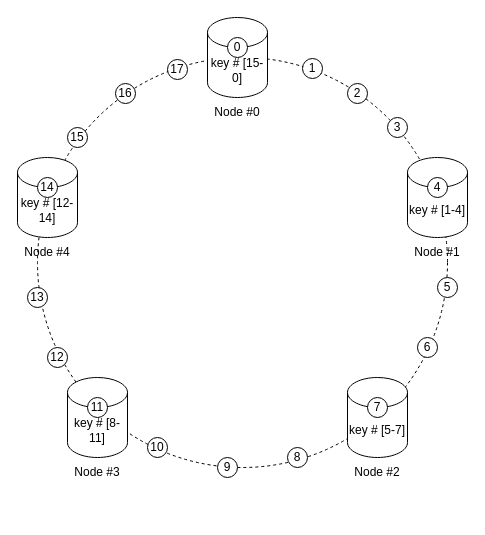
Before: consistent hashing Diagram.drawio in jayanthkmr/architecture-diagrams, a draw.io diagram. Source tidied: cells renumbered, new cells numbered last; positions are measured from the earlier drawing's top-left corner, leaving out a move shared by most shapes. Both pictures are drawn from the tidied source at 100%, with x=0, y=0 at pixel (17, 17).
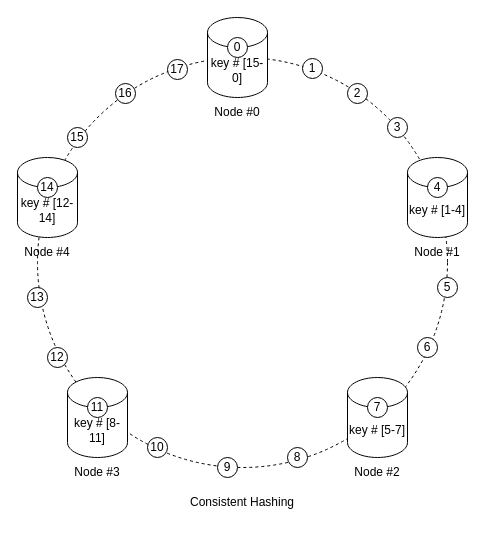
After the change.

The edit, as a diff of the source:
```diff
@@
+    <mxCell id="31" value="Consistent Hashing" style="text;html=1;strokeColor=none;fillColor=none;align=center;verticalAlign=middle;whiteSpace=wrap;rounded=0;" parent="1" vertex="1">
+      <mxGeometry x="170" y="470" width="110" height="30" as="geometry" />
+    </mxCell>
```
